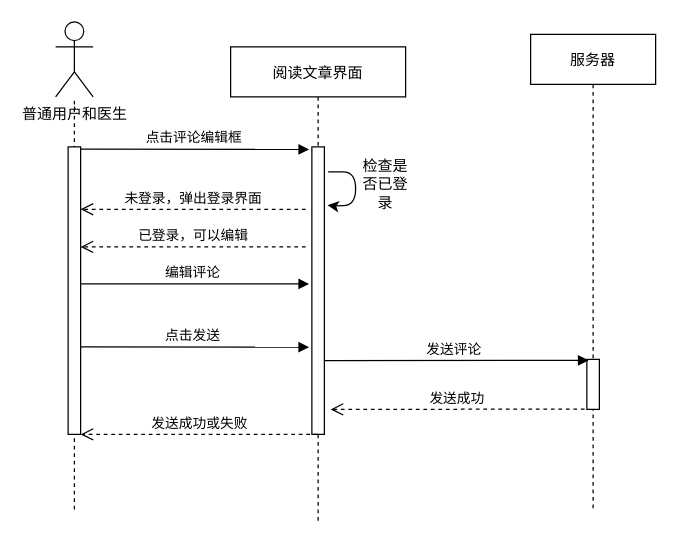
Above: 评论文章时序图.drawio in Darius-H/Diagram-Folder (draw.io), before the change. Source tidied: cells renumbered, new cells numbered last; positions are measured from the earlier drawing's top-left corner, leaving out a move shared by most shapes. Both pictures are drawn from the tidied source at 125%, with x=0, y=0 at pixel (55, 21).
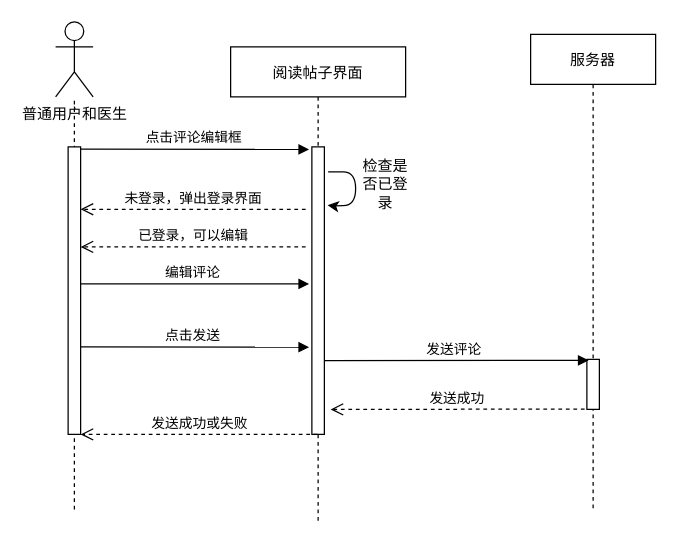
Above is the later version.

Commit message:
Update 评论文章时序图.drawio

What changed in the source:
```diff
@@
-    <mxCell id="2" value="阅读文章界面" style="shape=umlLifeline;perimeter=lifelinePerimeter;rounded=0;shadow=0;strokeWidth=1;" parent="1" vertex="1">
+    <mxCell id="2" value="阅读帖子界面" style="shape=umlLifeline;perimeter=lifelinePerimeter;rounded=0;shadow=0;strokeWidth=1;" parent="1" vertex="1">
       <mxGeometry x="140" y="20" width="140" height="380" as="geometry" />
     </mxCell>
```
